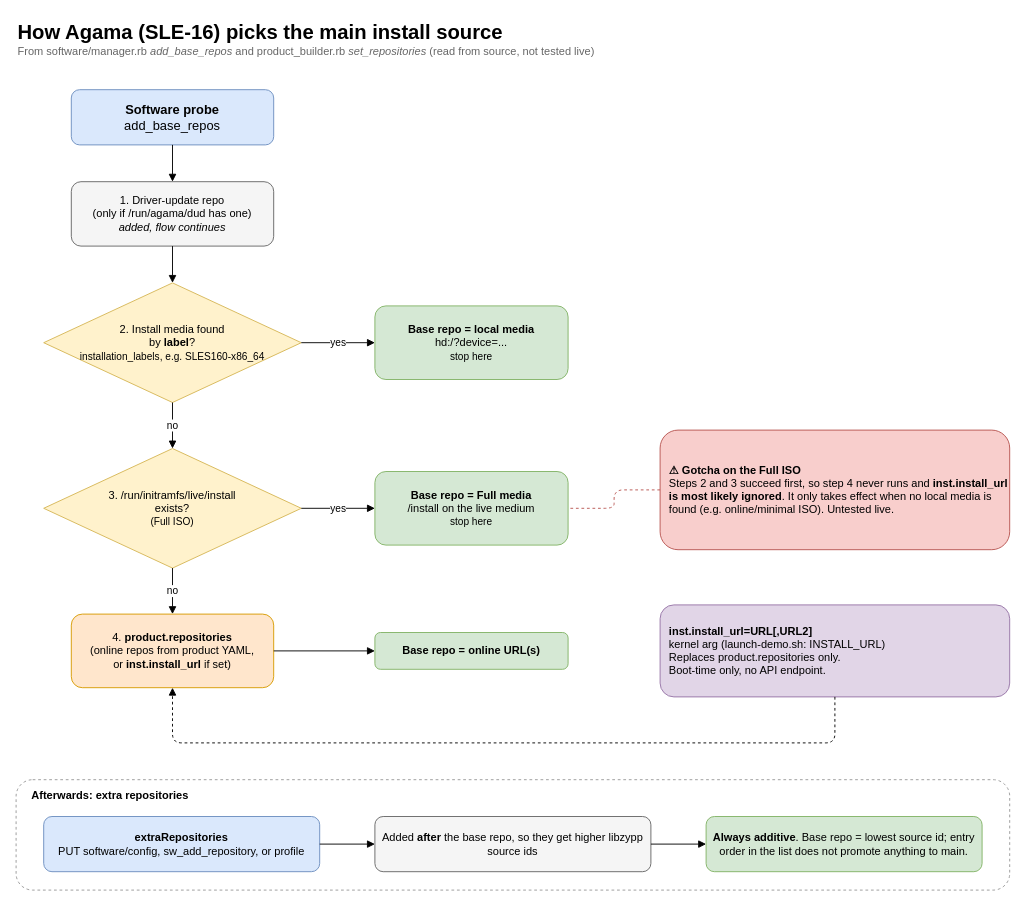
doccaz/agama-demo keeps this draw.io diagram as docs/repo-source-flow.drawio. Above is the earlier version. Source tidied: cells renumbered, new cells numbered last; positions are measured from the earlier drawing's top-left corner, leaving out a move shared by most shapes. Both pictures are drawn from the tidied source at 92%, with x=0, y=0 at pixel (16, 16).
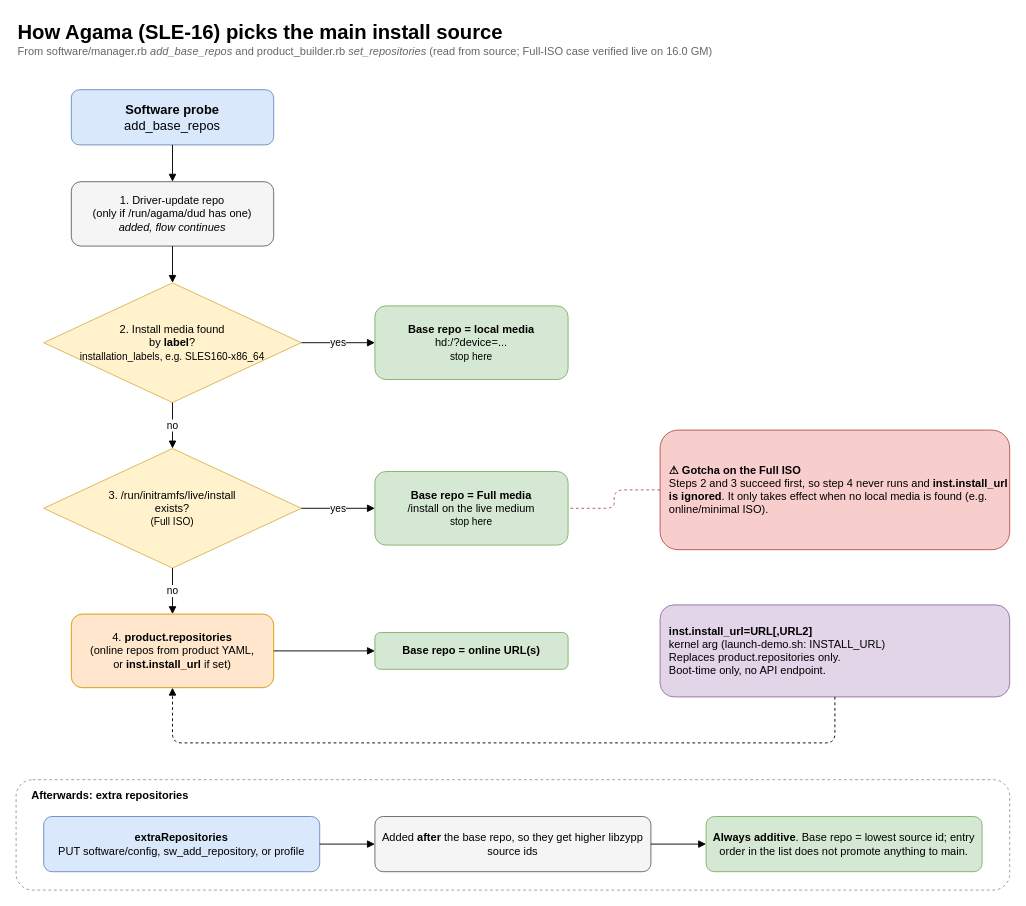
After the change.

Commit message (it also covers changes not shown here):
Mark inst.install_url Full-ISO behaviour as verified, document bind-mount workaround

What changed in the source:
```diff
@@
-    <mxCell id="2" value="&lt;b&gt;&lt;font style=&quot;font-size:22px&quot;&gt;How Agama (SLE-16) picks the main install source&lt;/font&gt;&lt;/b&gt;&lt;br&gt;&lt;font color=&quot;#666666&quot;&gt;From software/manager.rb &lt;i&gt;add_base_repos&lt;/i&gt; and product_builder.rb &lt;i&gt;set_repositories&lt;/i&gt; (read from source, not tested live)&lt;/font&gt;" style="text;html=1;align=left;verticalAlign=middle;whiteSpace=wrap;" parent="1" vertex="1">
+    <mxCell id="2" value="&lt;b&gt;&lt;font style=&quot;font-size:22px&quot;&gt;How Agama (SLE-16) picks the main install source&lt;/font&gt;&lt;/b&gt;&lt;br&gt;&lt;font color=&quot;#666666&quot;&gt;From software/manager.rb &lt;i&gt;add_base_repos&lt;/i&gt; and product_builder.rb &lt;i&gt;set_repositories&lt;/i&gt; (read from source; Full-ISO case verified live on 16.0 GM)&lt;/font&gt;" style="text;html=1;align=left;verticalAlign=middle;whiteSpace=wrap;" parent="1" vertex="1">
       <mxGeometry width="1080" height="50" as="geometry" />
     </mxCell>
@@
-    <mxCell id="20" value="&lt;b&gt;&amp;#9888; Gotcha on the Full ISO&lt;/b&gt;&lt;br&gt;Steps 2 and 3 succeed first, so step 4 never runs and &lt;b&gt;inst.install_url is most likely ignored&lt;/b&gt;. It only takes effect when no local media is found (e.g. online/minimal ISO). Untested live." style="rounded=1;whiteSpace=wrap;html=1;fillColor=#f8cecc;strokeColor=#b85450;align=left;spacingLeft=8;" parent="1" vertex="1">
+    <mxCell id="20" value="&lt;b&gt;&amp;#9888; Gotcha on the Full ISO&lt;/b&gt;&lt;br&gt;Steps 2 and 3 succeed first, so step 4 never runs and &lt;b&gt;inst.install_url is ignored&lt;/b&gt;. It only takes effect when no local media is found (e.g. online/minimal ISO)." style="rounded=1;whiteSpace=wrap;html=1;fillColor=#f8cecc;strokeColor=#b85450;align=left;spacingLeft=8;" parent="1" vertex="1">
       <mxGeometry x="700" y="450" width="380" height="130" as="geometry" />
     </mxCell>
```
